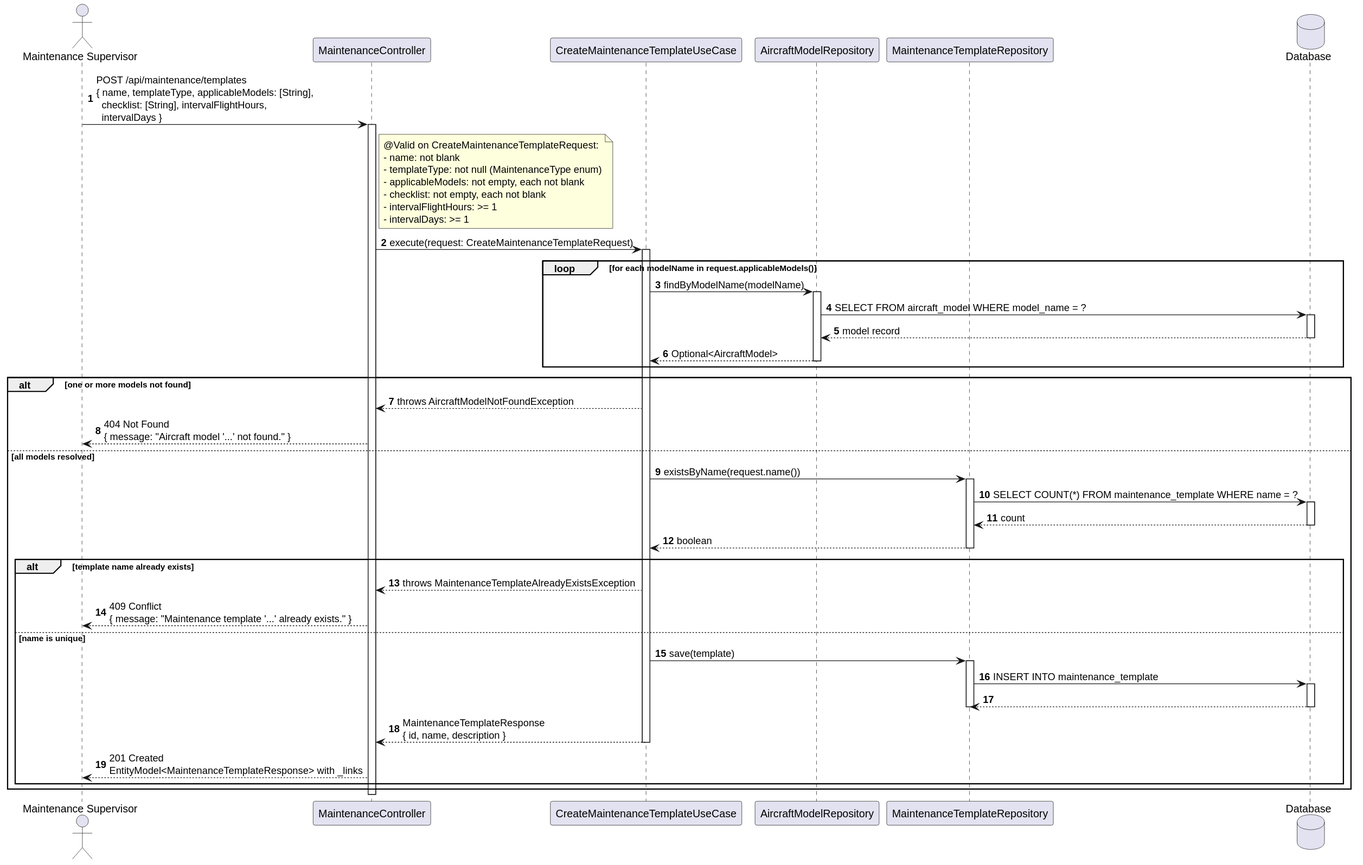
This is docs/system-documentation/use-cases/WP4A/US115b/svg/sd_us115b.svg from VascoMagolo/psoft_1231562_1241692_1242036_2db, a PlantUML export, as it was before one commit.
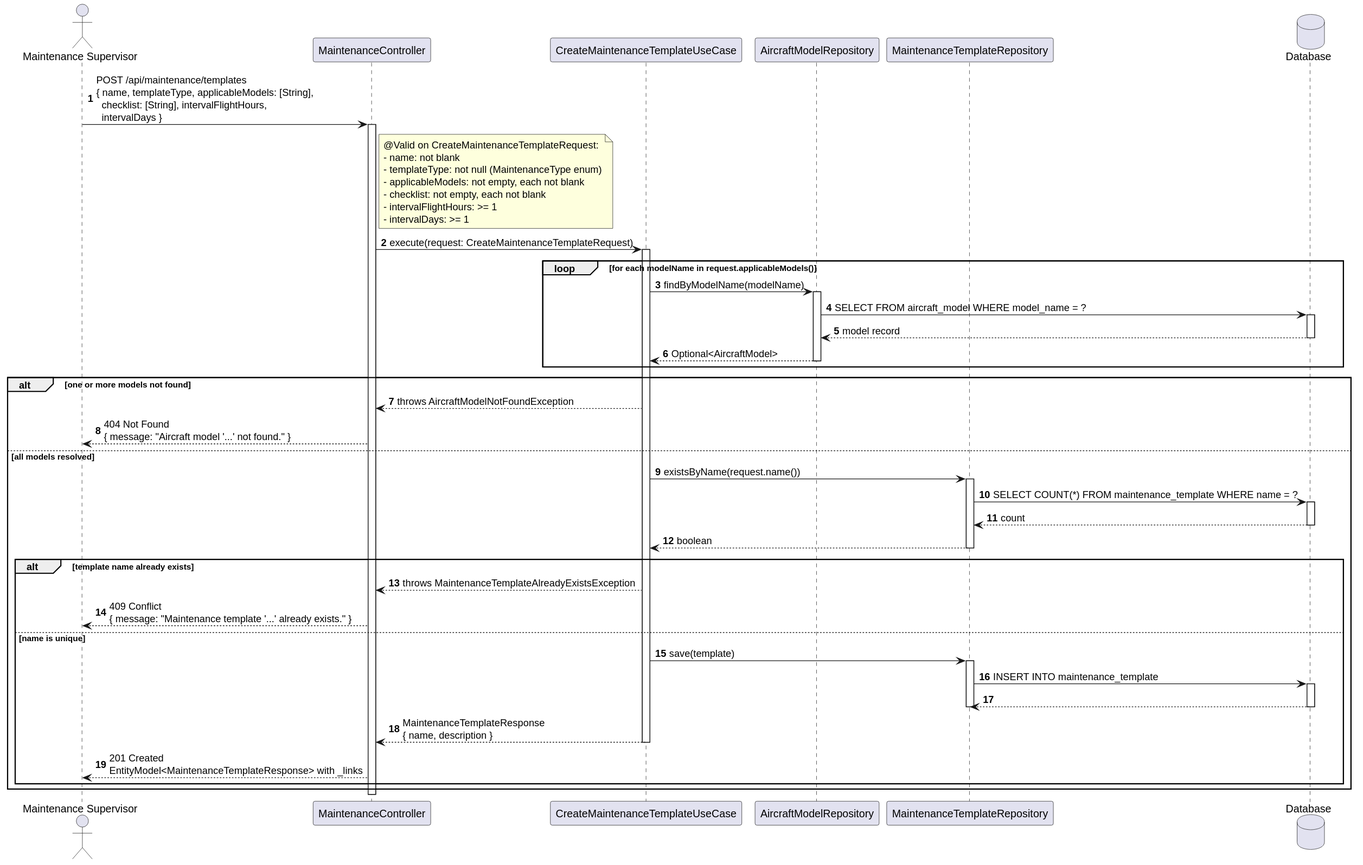
After the change.

Change to the diagram source:
```diff
@@ -59,7 +59,7 @@
     deactivate DB
     deactivate Repo
 
-    UC --> Ctrl : MaintenanceTemplateResponse\n{ id, name, description }
+    UC --> Ctrl : MaintenanceTemplateResponse\n{ name, description }
     deactivate UC
     Ctrl --> MS : 201 Created\nEntityModel<MaintenanceTemplateResponse> with _links
   end
```
